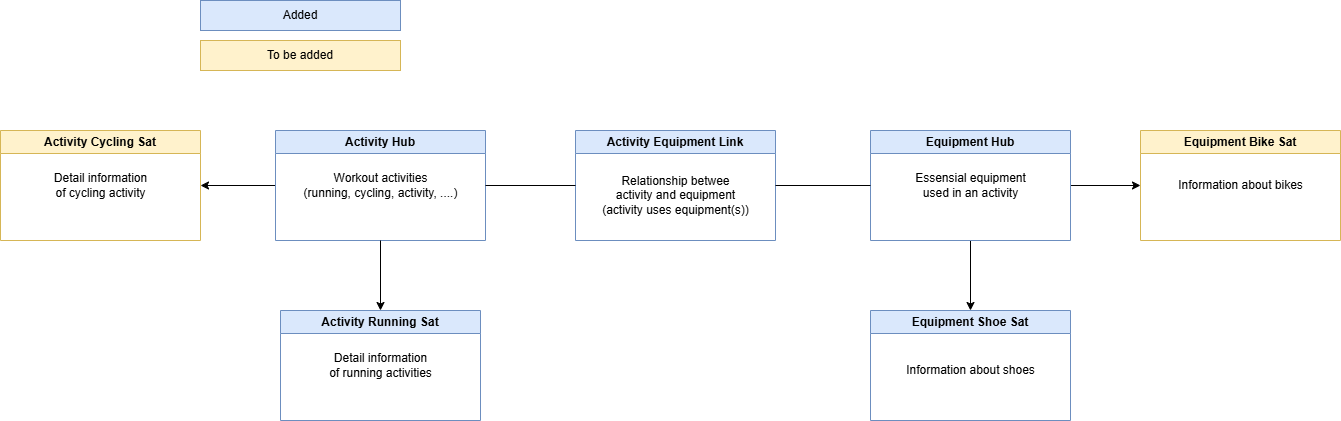
Earlier version of the draw.io export workout_logging_model.drawio.png (daophat2496/workout-logging). Source tidied: cells renumbered, new cells last; positions are measured from the earlier drawing's top-left corner, leaving out a move shared by most shapes.
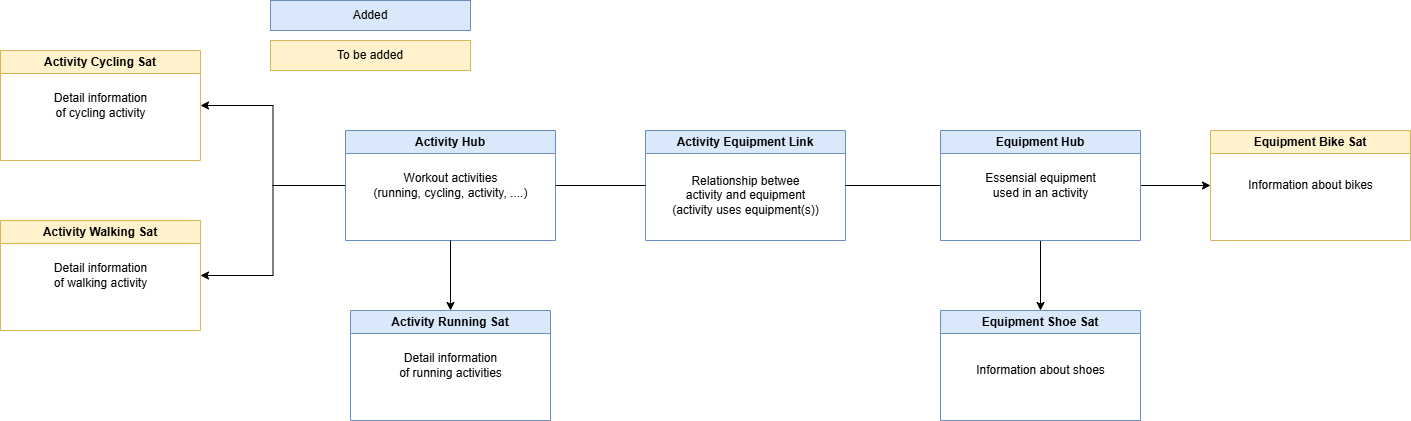
Above is the later version.

What changed in the source:
```diff
@@ -5,6 +5,9 @@
     <mxCell id="2" style="edgeStyle=orthogonalEdgeStyle;rounded=0;jettySize=auto;html=1;exitX=0;exitY=0.5;exitDx=0;exitDy=0;entryX=1;entryY=0.5;entryDx=0;entryDy=0;" parent="1" edge="1" source="3" target="15">
       <mxGeometry relative="1" as="geometry" />
     </mxCell>
+    <mxCell id="24" style="edgeStyle=orthogonalEdgeStyle;rounded=0;jettySize=auto;html=1;exitX=0;exitY=0.5;exitDx=0;exitDy=0;entryX=1;entryY=0.5;entryDx=0;entryDy=0;" parent="1" edge="1" source="3" target="25">
+      <mxGeometry relative="1" as="geometry" />
+    </mxCell>
     <mxCell id="3" value="Activity Hub" style="swimlane;whiteSpace=wrap;html=1;fillColor=#dae8fc;strokeColor=#6c8ebf;" parent="1" vertex="1">
       <mxGeometry x="275" y="130" width="210" height="110" as="geometry" />
     </mxCell>
@@ -42,7 +45,7 @@
       <mxGeometry x="25" y="45" width="150" height="30" as="geometry" />
     </mxCell>
     <mxCell id="15" value="Activity Cycling Sat" style="swimlane;whiteSpace=wrap;html=1;fillColor=#fff2cc;strokeColor=#d6b656;" parent="1" vertex="1">
-      <mxGeometry y="130" width="200" height="110" as="geometry" />
+      <mxGeometry x="-70" y="50" width="200" height="110" as="geometry" />
     </mxCell>
     <mxCell id="16" value="Detail information&lt;div&gt;of cycling activity&lt;/div&gt;" style="text;html=1;align=center;verticalAlign=middle;strokeColor=none;fillColor=none;" parent="15" vertex="1">
       <mxGeometry x="40" y="35" width="120" height="40" as="geometry" />
@@ -68,5 +71,11 @@
     <mxCell id="23" value="To be added" style="rounded=0;whiteSpace=wrap;html=1;fillColor=#fff2cc;strokeColor=#d6b656;" parent="1" vertex="1">
       <mxGeometry x="200" y="40" width="200" height="30" as="geometry" />
     </mxCell>
+    <mxCell id="25" value="Activity Walking Sat" style="swimlane;whiteSpace=wrap;html=1;fillColor=#fff2cc;strokeColor=#d6b656;" parent="1" vertex="1">
+      <mxGeometry x="-70" y="220" width="200" height="110" as="geometry" />
+    </mxCell>
+    <mxCell id="26" value="Detail information&lt;div&gt;of walking activity&lt;/div&gt;" style="text;html=1;align=center;verticalAlign=middle;strokeColor=none;fillColor=none;" parent="25" vertex="1">
+      <mxGeometry x="40" y="35" width="120" height="40" as="geometry" />
+    </mxCell>
   </root>
 </mxGraphModel>
```
